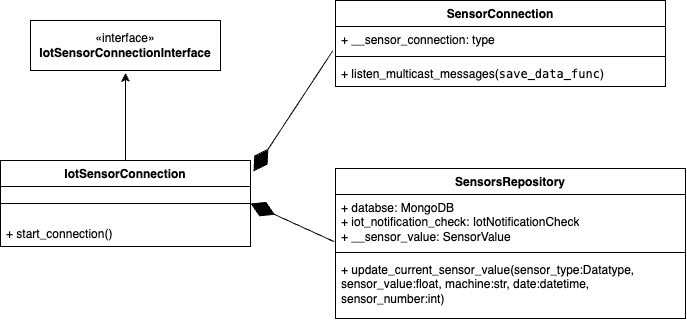
Above: images/recebimento_dados.png in LeonardoLeiteMeira/master_degree_dissertation (draw.io), before the change. Source tidied: cells renumbered, new cells last; positions are measured from the earlier drawing's top-left corner, leaving out a move shared by most shapes.
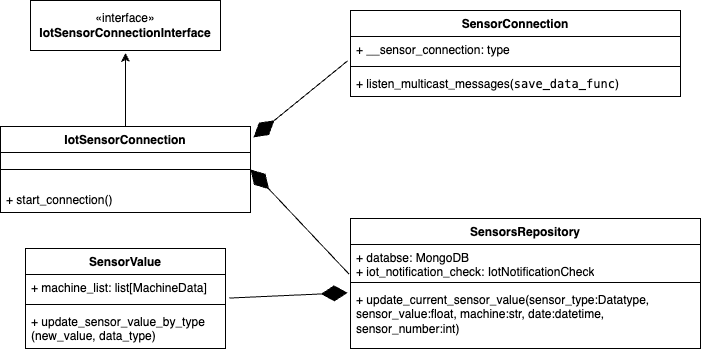
Later version of the same file.

What changed in the source:
```diff
@@ -3,13 +3,13 @@
     <mxCell id="0" />
     <mxCell id="1" parent="0" />
     <mxCell id="2" value="«interface»&lt;br&gt;&lt;b&gt;IotSensorConnectionInterface&lt;/b&gt;" style="html=1;whiteSpace=wrap;" parent="1" vertex="1">
-      <mxGeometry x="30" y="20" width="190" height="50" as="geometry" />
+      <mxGeometry x="15" y="-50" width="190" height="50" as="geometry" />
     </mxCell>
     <mxCell id="3" style="edgeStyle=orthogonalEdgeStyle;rounded=0;jettySize=auto;html=1;entryX=0.5;entryY=1.048;entryDx=0;entryDy=0;entryPerimeter=0;fontColor=#FFFFFF;" parent="1" edge="1" source="4" target="2">
       <mxGeometry relative="1" as="geometry" />
     </mxCell>
     <mxCell id="4" value="IotSensorConnection" style="swimlane;fontStyle=1;align=center;verticalAlign=top;horizontal=1;startSize=26;whiteSpace=wrap;html=1;" parent="1" vertex="1">
-      <mxGeometry y="160" width="250" height="86" as="geometry" />
+      <mxGeometry x="-15" y="76" width="250" height="86" as="geometry" />
     </mxCell>
     <mxCell id="5" style="line;strokeWidth=1;align=left;verticalAlign=middle;spacingTop=-1;spacingLeft=3;spacingRight=3;labelPosition=right;" parent="4" vertex="1">
       <mxGeometry y="26" width="250" height="34" as="geometry" />
@@ -18,7 +18,7 @@
       <mxGeometry y="60" width="250" height="26" as="geometry" />
     </mxCell>
     <mxCell id="7" value="SensorConnection" style="swimlane;fontStyle=1;align=center;verticalAlign=top;horizontal=1;startSize=26;whiteSpace=wrap;html=1;" parent="1" vertex="1">
-      <mxGeometry x="335" width="330" height="86" as="geometry" />
+      <mxGeometry x="335" y="-40" width="330" height="86" as="geometry" />
     </mxCell>
     <mxCell id="8" value="+&amp;nbsp;__sensor_connection&lt;span style=&quot;background-color: initial;&quot;&gt;: type&lt;/span&gt;" style="text;align=left;verticalAlign=top;spacingLeft=4;spacingRight=4;overflow=hidden;points=[[0,0.5],[1,0.5]];portConstraint=eastwest;whiteSpace=wrap;html=1;" parent="7" vertex="1">
       <mxGeometry y="26" width="330" height="26" as="geometry" />
@@ -30,16 +30,16 @@
       <mxGeometry y="60" width="330" height="26" as="geometry" />
     </mxCell>
     <mxCell id="11" value="SensorsRepository" style="swimlane;fontStyle=1;align=center;verticalAlign=top;horizontal=1;startSize=26;whiteSpace=wrap;html=1;" parent="1" vertex="1">
-      <mxGeometry x="335" y="168" width="350" height="150" as="geometry" />
+      <mxGeometry x="335" y="168" width="350" height="130" as="geometry" />
     </mxCell>
-    <mxCell id="12" value="+ databse: MongoDB&lt;br&gt;+&amp;nbsp;iot_notification_check:&amp;nbsp;IotNotificationCheck&lt;br&gt;+&amp;nbsp;__sensor_value:&amp;nbsp;SensorValue" style="text;align=left;verticalAlign=top;spacingLeft=4;spacingRight=4;overflow=hidden;points=[[0,0.5],[1,0.5]];portConstraint=eastwest;whiteSpace=wrap;html=1;" parent="11" vertex="1">
-      <mxGeometry y="26" width="350" height="54" as="geometry" />
+    <mxCell id="12" value="+ databse: MongoDB&lt;br&gt;+&amp;nbsp;iot_notification_check:&amp;nbsp;IotNotificationCheck" style="text;align=left;verticalAlign=top;spacingLeft=4;spacingRight=4;overflow=hidden;points=[[0,0.5],[1,0.5]];portConstraint=eastwest;whiteSpace=wrap;html=1;" parent="11" vertex="1">
+      <mxGeometry y="26" width="350" height="34" as="geometry" />
     </mxCell>
     <mxCell id="13" style="line;strokeWidth=1;align=left;verticalAlign=middle;spacingTop=-1;spacingLeft=3;spacingRight=3;labelPosition=right;" parent="11" vertex="1">
-      <mxGeometry y="80" width="350" height="8" as="geometry" />
+      <mxGeometry y="60" width="350" height="8" as="geometry" />
     </mxCell>
     <mxCell id="14" value="+&amp;nbsp;update_current_sensor_value&lt;span style=&quot;background-color: initial;&quot;&gt;(sensor_type:Datatype, sensor_value:float, machine:str, date:datetime, sensor_number:int)&lt;/span&gt;" style="text;align=left;verticalAlign=top;spacingLeft=4;spacingRight=4;overflow=hidden;points=[[0,0.5],[1,0.5]];portConstraint=eastwest;whiteSpace=wrap;html=1;" parent="11" vertex="1">
-      <mxGeometry y="88" width="350" height="62" as="geometry" />
+      <mxGeometry y="68" width="350" height="62" as="geometry" />
     </mxCell>
     <mxCell id="15" style="endArrow=diamondThin;endFill=1;endSize=24;html=1;rounded=0;entryX=1;entryY=0.5;entryDx=0;entryDy=0;exitX=-0.004;exitY=0.873;exitDx=0;exitDy=0;exitPerimeter=0;fontColor=#FFFFFF;" parent="1" edge="1" source="12" target="4">
       <mxGeometry relative="1" as="geometry" />
@@ -47,5 +47,20 @@
     <mxCell id="16" style="endArrow=diamondThin;endFill=1;endSize=24;html=1;rounded=0;entryX=1.012;entryY=0.126;entryDx=0;entryDy=0;exitX=-0.008;exitY=0.929;exitDx=0;exitDy=0;exitPerimeter=0;entryPerimeter=0;fontColor=#FFFFFF;" parent="1" edge="1" source="8" target="4">
       <mxGeometry relative="1" as="geometry" />
     </mxCell>
+    <mxCell id="17" value="SensorValue" style="swimlane;fontStyle=1;align=center;verticalAlign=top;horizontal=1;startSize=26;whiteSpace=wrap;html=1;" parent="1" vertex="1">
+      <mxGeometry x="10" y="198" width="200" height="100" as="geometry" />
+    </mxCell>
+    <mxCell id="18" value="+ machine_list: list[MachineData]" style="text;strokeColor=none;fillColor=none;align=left;verticalAlign=top;spacingLeft=4;spacingRight=4;overflow=hidden;points=[[0,0.5],[1,0.5]];portConstraint=eastwest;whiteSpace=wrap;html=1;" parent="17" vertex="1">
+      <mxGeometry y="26" width="200" height="26" as="geometry" />
+    </mxCell>
+    <mxCell id="19" style="line;strokeWidth=1;fillColor=none;align=left;verticalAlign=middle;spacingTop=-1;spacingLeft=3;spacingRight=3;labelPosition=right;strokeColor=inherit;" parent="17" vertex="1">
+      <mxGeometry y="52" width="200" height="8" as="geometry" />
+    </mxCell>
+    <mxCell id="20" value="+ update_sensor_value_by_type (new_value, data_type)" style="text;strokeColor=none;fillColor=none;align=left;verticalAlign=top;spacingLeft=4;spacingRight=4;overflow=hidden;whiteSpace=wrap;html=1;" parent="17" vertex="1">
+      <mxGeometry y="60" width="200" height="40" as="geometry" />
+    </mxCell>
+    <mxCell id="21" style="endArrow=diamondThin;endFill=1;endSize=24;html=1;rounded=0;entryX=-0.008;entryY=0.101;entryDx=0;entryDy=0;exitX=1.019;exitY=0.906;exitDx=0;exitDy=0;exitPerimeter=0;fontColor=#FFFFFF;entryPerimeter=0;" parent="1" edge="1" source="18" target="14">
+      <mxGeometry relative="1" as="geometry" />
+    </mxCell>
   </root>
 </mxGraphModel>
```
